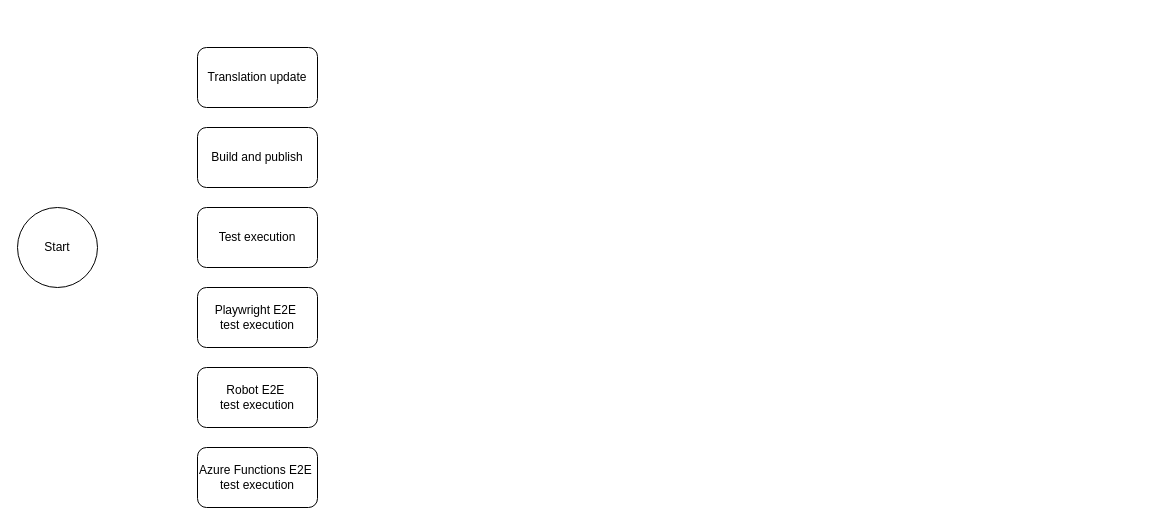
This is profes-jsep.drawio from devgranlund/ahmed, a draw.io file, before an edit. Source tidied: cells renumbered, new cells numbered last; positions are measured from the earlier drawing's top-left corner, leaving out a move shared by most shapes. Both pictures are drawn from the tidied source at 100%, with x=0, y=0 at pixel (17, 47).
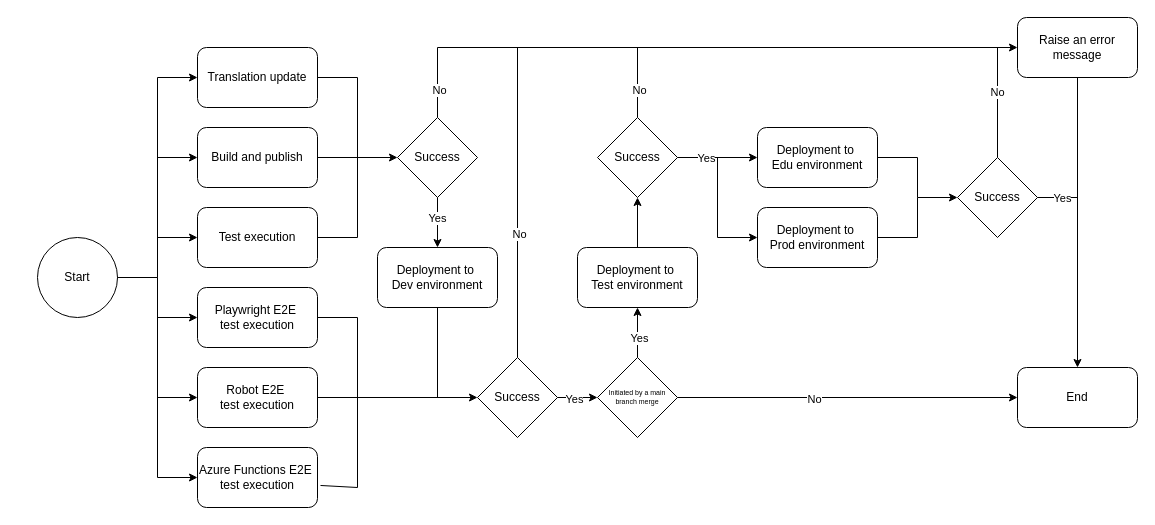
The same page after the edit.

Unchanged cells that the change refers to:
```xml
<mxCell id="3" value="Translation update" style="rounded=1;whiteSpace=wrap;html=1;" parent="1" vertex="1">
  <mxGeometry x="180" width="120" height="60" as="geometry" />
</mxCell>
<mxCell id="4" value="Build and publish" style="rounded=1;whiteSpace=wrap;html=1;" parent="1" vertex="1">
  <mxGeometry x="180" y="80" width="120" height="60" as="geometry" />
</mxCell>
<mxCell id="5" value="Test execution" style="rounded=1;whiteSpace=wrap;html=1;" parent="1" vertex="1">
  <mxGeometry x="180" y="160" width="120" height="60" as="geometry" />
</mxCell>
<mxCell id="6" value="Playwright E2E&amp;nbsp;&lt;div&gt;test execution&lt;/div&gt;" style="rounded=1;whiteSpace=wrap;html=1;" parent="1" vertex="1">
  <mxGeometry x="180" y="240" width="120" height="60" as="geometry" />
</mxCell>
<mxCell id="7" value="Robot E2E&amp;nbsp;&lt;div&gt;test execution&lt;/div&gt;" style="rounded=1;whiteSpace=wrap;html=1;" parent="1" vertex="1">
  <mxGeometry x="180" y="320" width="120" height="60" as="geometry" />
</mxCell>
<mxCell id="8" value="Azure Functions E2E&amp;nbsp;&lt;div&gt;test execution&lt;/div&gt;" style="rounded=1;whiteSpace=wrap;html=1;" parent="1" vertex="1">
  <mxGeometry x="180" y="400" width="120" height="60" as="geometry" />
</mxCell>
```

Change to the diagram source:
```diff
@@
     <mxCell id="2" value="Start" style="ellipse;whiteSpace=wrap;html=1;" parent="1" vertex="1">
-      <mxGeometry y="160" width="80" height="80" as="geometry" />
+      <mxGeometry x="20" y="190" width="80" height="80" as="geometry" />
     </mxCell>
@@
+    <mxCell id="9" style="endArrow=classic;html=1;rounded=0;entryX=0;entryY=0.5;entryDx=0;entryDy=0;exitX=1;exitY=0.5;exitDx=0;exitDy=0;" parent="1" edge="1" source="2" target="3">
+      <mxGeometry relative="1" as="geometry">
+        <Array as="points">
+          <mxPoint x="140" y="230" />
+          <mxPoint x="140" y="30" />
+        </Array>
+      </mxGeometry>
+    </mxCell>
+    <mxCell id="10" style="endArrow=classic;html=1;rounded=0;entryX=0;entryY=0.5;entryDx=0;entryDy=0;" parent="1" edge="1" target="4">
+      <mxGeometry relative="1" as="geometry">
+        <mxPoint x="140" y="110" as="sourcePoint" />
+      </mxGeometry>
+    </mxCell>
+    <mxCell id="11" style="endArrow=classic;html=1;rounded=0;entryX=0;entryY=0.5;entryDx=0;entryDy=0;" parent="1" edge="1" target="5">
+      <mxGeometry relative="1" as="geometry">
+        <mxPoint x="140" y="190" as="sourcePoint" />
+      </mxGeometry>
+    </mxCell>
+    <mxCell id="12" style="endArrow=classic;html=1;rounded=0;entryX=0;entryY=0.5;entryDx=0;entryDy=0;" parent="1" edge="1" target="8">
+      <mxGeometry relative="1" as="geometry">
+        <mxPoint x="100" y="230" as="sourcePoint" />
+        <Array as="points">
+          <mxPoint x="140" y="230" />
+          <mxPoint x="140" y="430" />
+        </Array>
+      </mxGeometry>
+    </mxCell>
+    <mxCell id="13" style="endArrow=classic;html=1;rounded=0;entryX=0;entryY=0.5;entryDx=0;entryDy=0;" parent="1" edge="1" target="6">
+      <mxGeometry relative="1" as="geometry">
+        <mxPoint x="140" y="270" as="sourcePoint" />
+      </mxGeometry>
+    </mxCell>
+    <mxCell id="14" style="endArrow=classic;html=1;rounded=0;entryX=0;entryY=0.5;entryDx=0;entryDy=0;" parent="1" edge="1" target="7">
+      <mxGeometry relative="1" as="geometry">
+        <mxPoint x="140" y="350" as="sourcePoint" />
+      </mxGeometry>
+    </mxCell>
+    <mxCell id="15" value="Success" style="rhombus;whiteSpace=wrap;html=1;" parent="1" vertex="1">
+      <mxGeometry x="380" y="70" width="80" height="80" as="geometry" />
+    </mxCell>
+    <mxCell id="16" style="endArrow=classic;html=1;rounded=0;exitX=1;exitY=0.5;exitDx=0;exitDy=0;entryX=0;entryY=0.5;entryDx=0;entryDy=0;" parent="1" edge="1" source="4" target="15">
+      <mxGeometry relative="1" as="geometry" />
+    </mxCell>
+    <mxCell id="17" style="endArrow=none;html=1;rounded=0;exitX=1;exitY=0.5;exitDx=0;exitDy=0;" parent="1" edge="1" source="3">
+      <mxGeometry relative="1" as="geometry">
+        <mxPoint x="340" y="110" as="targetPoint" />
+        <Array as="points">
+          <mxPoint x="340" y="30" />
+        </Array>
+      </mxGeometry>
+    </mxCell>
+    <mxCell id="18" style="endArrow=none;html=1;rounded=0;exitX=1;exitY=0.5;exitDx=0;exitDy=0;" parent="1" edge="1" source="5">
+      <mxGeometry relative="1" as="geometry">
+        <mxPoint x="340" y="110" as="targetPoint" />
+        <Array as="points">
+          <mxPoint x="340" y="190" />
+        </Array>
+      </mxGeometry>
+    </mxCell>
+    <mxCell id="19" value="Deployment to&amp;nbsp;&lt;div&gt;Dev environment&lt;/div&gt;" style="rounded=1;whiteSpace=wrap;html=1;" parent="1" vertex="1">
+      <mxGeometry x="360" y="200" width="120" height="60" as="geometry" />
+    </mxCell>
+    <mxCell id="20" style="endArrow=classic;html=1;rounded=0;entryX=0.5;entryY=0;entryDx=0;entryDy=0;" parent="1" edge="1" target="19">
+      <mxGeometry relative="1" as="geometry">
+        <mxPoint x="420" y="150" as="sourcePoint" />
+      </mxGeometry>
+    </mxCell>
+    <mxCell id="21" value="Yes" style="edgeLabel;html=1;align=center;verticalAlign=middle;" parent="20" vertex="1">
+      <mxGeometry x="-0.2" y="-1" relative="1" as="geometry" />
+    </mxCell>
+    <mxCell id="22" value="Success" style="rhombus;whiteSpace=wrap;html=1;" parent="1" vertex="1">
+      <mxGeometry x="460" y="310" width="80" height="80" as="geometry" />
+    </mxCell>
+    <mxCell id="23" style="endArrow=classic;html=1;rounded=0;exitX=1;exitY=0.5;exitDx=0;exitDy=0;entryX=0;entryY=0.5;entryDx=0;entryDy=0;" parent="1" edge="1" source="7" target="22">
+      <mxGeometry relative="1" as="geometry" />
+    </mxCell>
+    <mxCell id="24" style="endArrow=none;html=1;rounded=0;entryX=1;entryY=0.5;entryDx=0;entryDy=0;" parent="1" edge="1" target="6">
+      <mxGeometry relative="1" as="geometry">
+        <mxPoint x="340" y="350" as="sourcePoint" />
+        <Array as="points">
+          <mxPoint x="340" y="270" />
+        </Array>
+      </mxGeometry>
+    </mxCell>
+    <mxCell id="25" style="endArrow=none;html=1;rounded=0;exitX=1.025;exitY=0.633;exitDx=0;exitDy=0;exitPerimeter=0;" parent="1" edge="1" source="8">
+      <mxGeometry relative="1" as="geometry">
+        <mxPoint x="340" y="350" as="targetPoint" />
+        <Array as="points">
+          <mxPoint x="340" y="440" />
+        </Array>
+      </mxGeometry>
+    </mxCell>
+    <mxCell id="26" style="endArrow=none;html=1;rounded=0;entryX=0.5;entryY=1;entryDx=0;entryDy=0;" parent="1" edge="1" target="19">
+      <mxGeometry relative="1" as="geometry">
+        <mxPoint x="420" y="350" as="sourcePoint" />
+      </mxGeometry>
+    </mxCell>
+    <mxCell id="27" value="Initiated by a main branch merge" style="rhombus;whiteSpace=wrap;html=1;fontSize=7;" parent="1" vertex="1">
+      <mxGeometry x="580" y="310" width="80" height="80" as="geometry" />
+    </mxCell>
+    <mxCell id="28" style="endArrow=classic;html=1;rounded=0;exitX=1;exitY=0.5;exitDx=0;exitDy=0;" parent="1" edge="1" source="22">
+      <mxGeometry relative="1" as="geometry">
+        <mxPoint x="580" y="350" as="targetPoint" />
+      </mxGeometry>
+    </mxCell>
+    <mxCell id="29" value="Yes" style="edgeLabel;html=1;align=center;verticalAlign=middle;" parent="28" vertex="1">
+      <mxGeometry x="-0.2" y="-1" relative="1" as="geometry" />
+    </mxCell>
+    <mxCell id="30" value="Deployment to&amp;nbsp;&lt;div&gt;Test environment&lt;/div&gt;" style="rounded=1;whiteSpace=wrap;html=1;" parent="1" vertex="1">
+      <mxGeometry x="560" y="200" width="120" height="60" as="geometry" />
+    </mxCell>
+    <mxCell id="31" style="endArrow=classic;html=1;rounded=0;entryX=0;entryY=0.5;entryDx=0;entryDy=0;endFill=1;" parent="1" edge="1" target="53">
+      <mxGeometry relative="1" as="geometry">
+        <mxPoint x="420" as="sourcePoint" />
+      </mxGeometry>
+    </mxCell>
+    <mxCell id="32" style="endArrow=none;html=1;rounded=0;exitX=0.5;exitY=0;exitDx=0;exitDy=0;startFill=0;" parent="1" edge="1" source="15">
+      <mxGeometry relative="1" as="geometry">
+        <mxPoint x="420" as="targetPoint" />
+      </mxGeometry>
+    </mxCell>
+    <mxCell id="33" value="No" style="edgeLabel;html=1;align=center;verticalAlign=middle;" parent="32" vertex="1">
+      <mxGeometry x="-0.2" y="-1" relative="1" as="geometry" />
+    </mxCell>
+    <mxCell id="34" style="endArrow=none;html=1;rounded=0;exitX=0.5;exitY=0;exitDx=0;exitDy=0;startFill=0;" parent="1" edge="1" source="22">
+      <mxGeometry relative="1" as="geometry">
+        <mxPoint x="500" as="targetPoint" />
+      </mxGeometry>
+    </mxCell>
+    <mxCell id="35" value="No" style="edgeLabel;html=1;align=center;verticalAlign=middle;" parent="34" vertex="1">
+      <mxGeometry x="-0.2" y="-1" relative="1" as="geometry" />
+    </mxCell>
+    <mxCell id="36" style="endArrow=classic;html=1;rounded=0;exitX=0.5;exitY=0;exitDx=0;exitDy=0;entryX=0.5;entryY=1;entryDx=0;entryDy=0;" parent="1" edge="1" source="27" target="30">
+      <mxGeometry relative="1" as="geometry" />
+    </mxCell>
+    <mxCell id="37" value="Yes" style="edgeLabel;html=1;align=center;verticalAlign=middle;" parent="36" vertex="1">
+      <mxGeometry x="-0.2" y="-1" relative="1" as="geometry" />
+    </mxCell>
+    <mxCell id="38" value="Success" style="rhombus;whiteSpace=wrap;html=1;" parent="1" vertex="1">
+      <mxGeometry x="580" y="70" width="80" height="80" as="geometry" />
+    </mxCell>
+    <mxCell id="39" style="endArrow=classic;html=1;rounded=0;entryX=0.5;entryY=1;entryDx=0;entryDy=0;" parent="1" edge="1" target="38">
+      <mxGeometry relative="1" as="geometry">
+        <mxPoint x="620" y="200" as="sourcePoint" />
+      </mxGeometry>
+    </mxCell>
+    <mxCell id="40" style="endArrow=none;html=1;rounded=0;exitX=0.5;exitY=0;exitDx=0;exitDy=0;startFill=0;" parent="1" edge="1" source="38">
+      <mxGeometry relative="1" as="geometry">
+        <mxPoint x="620" as="targetPoint" />
+      </mxGeometry>
+    </mxCell>
+    <mxCell id="41" value="No" style="edgeLabel;html=1;align=center;verticalAlign=middle;" parent="40" vertex="1">
+      <mxGeometry x="-0.2" y="-1" relative="1" as="geometry" />
+    </mxCell>
+    <mxCell id="42" value="Deployment to&amp;nbsp;&lt;div&gt;Edu environment&lt;/div&gt;" style="rounded=1;whiteSpace=wrap;html=1;" parent="1" vertex="1">
+      <mxGeometry x="740" y="80" width="120" height="60" as="geometry" />
+    </mxCell>
+    <mxCell id="43" value="Deployment to&amp;nbsp;&lt;div&gt;Prod environment&lt;/div&gt;" style="rounded=1;whiteSpace=wrap;html=1;" parent="1" vertex="1">
+      <mxGeometry x="740" y="160" width="120" height="60" as="geometry" />
+    </mxCell>
+    <mxCell id="44" style="endArrow=classic;html=1;rounded=0;entryX=0;entryY=0.5;entryDx=0;entryDy=0;exitX=1;exitY=0.5;exitDx=0;exitDy=0;" parent="1" edge="1" source="38" target="42">
+      <mxGeometry relative="1" as="geometry" />
+    </mxCell>
+    <mxCell id="45" value="Yes" style="edgeLabel;html=1;align=center;verticalAlign=middle;" parent="44" vertex="1">
+      <mxGeometry x="-0.3" relative="1" as="geometry" />
+    </mxCell>
+    <mxCell id="46" style="endArrow=classic;html=1;rounded=0;entryX=0;entryY=0.5;entryDx=0;entryDy=0;" parent="1" edge="1" target="43">
+      <mxGeometry relative="1" as="geometry">
+        <mxPoint x="700" y="110" as="sourcePoint" />
+        <Array as="points">
+          <mxPoint x="700" y="190" />
+        </Array>
+      </mxGeometry>
+    </mxCell>
+    <mxCell id="47" value="Success" style="rhombus;whiteSpace=wrap;html=1;" parent="1" vertex="1">
+      <mxGeometry x="940" y="110" width="80" height="80" as="geometry" />
+    </mxCell>
+    <mxCell id="48" style="endArrow=classic;html=1;rounded=0;entryX=0;entryY=0.5;entryDx=0;entryDy=0;exitX=1;exitY=0.5;exitDx=0;exitDy=0;" parent="1" edge="1" source="42" target="47">
+      <mxGeometry relative="1" as="geometry">
+        <Array as="points">
+          <mxPoint x="900" y="110" />
+          <mxPoint x="900" y="150" />
+        </Array>
+      </mxGeometry>
+    </mxCell>
+    <mxCell id="49" style="endArrow=none;html=1;rounded=0;" parent="1" edge="1">
+      <mxGeometry relative="1" as="geometry">
+        <mxPoint x="860" y="190" as="sourcePoint" />
+        <mxPoint x="900" y="150" as="targetPoint" />
+        <Array as="points">
+          <mxPoint x="900" y="190" />
+        </Array>
+      </mxGeometry>
+    </mxCell>
+    <mxCell id="50" value="End" style="rounded=1;whiteSpace=wrap;html=1;" parent="1" vertex="1">
+      <mxGeometry x="1000" y="320" width="120" height="60" as="geometry" />
+    </mxCell>
+    <mxCell id="51" style="endArrow=classic;html=1;rounded=0;exitX=1;exitY=0.5;exitDx=0;exitDy=0;entryX=0;entryY=0.5;entryDx=0;entryDy=0;" parent="1" edge="1" source="27" target="50">
+      <mxGeometry relative="1" as="geometry" />
+    </mxCell>
+    <mxCell id="52" value="No" style="edgeLabel;html=1;align=center;verticalAlign=middle;" parent="51" vertex="1">
+      <mxGeometry x="-0.2" y="-1" relative="1" as="geometry" />
+    </mxCell>
+    <mxCell id="53" value="Raise an error message" style="rounded=1;whiteSpace=wrap;html=1;" parent="1" vertex="1">
+      <mxGeometry x="1000" y="-30" width="120" height="60" as="geometry" />
+    </mxCell>
+    <mxCell id="54" style="endArrow=classic;html=1;rounded=0;entryX=0.5;entryY=0;entryDx=0;entryDy=0;exitX=0.5;exitY=1;exitDx=0;exitDy=0;" parent="1" edge="1" source="53" target="50">
+      <mxGeometry relative="1" as="geometry" />
+    </mxCell>
+    <mxCell id="55" style="endArrow=none;html=1;rounded=0;entryX=1;entryY=0.5;entryDx=0;entryDy=0;" parent="1" edge="1" target="47">
+      <mxGeometry relative="1" as="geometry">
+        <mxPoint x="1060" y="150" as="sourcePoint" />
+      </mxGeometry>
+    </mxCell>
+    <mxCell id="56" value="Yes" style="edgeLabel;html=1;align=center;verticalAlign=middle;" parent="55" vertex="1">
+      <mxGeometry x="-0.2" relative="1" as="geometry" />
+    </mxCell>
+    <mxCell id="57" style="endArrow=none;html=1;rounded=0;startFill=0;entryX=0.5;entryY=0;entryDx=0;entryDy=0;" parent="1" edge="1" target="47">
+      <mxGeometry relative="1" as="geometry">
+        <mxPoint x="980" as="sourcePoint" />
+      </mxGeometry>
+    </mxCell>
+    <mxCell id="58" value="No" style="edgeLabel;html=1;align=center;verticalAlign=middle;" parent="57" vertex="1">
+      <mxGeometry x="-0.2" y="-1" relative="1" as="geometry" />
+    </mxCell>
```
